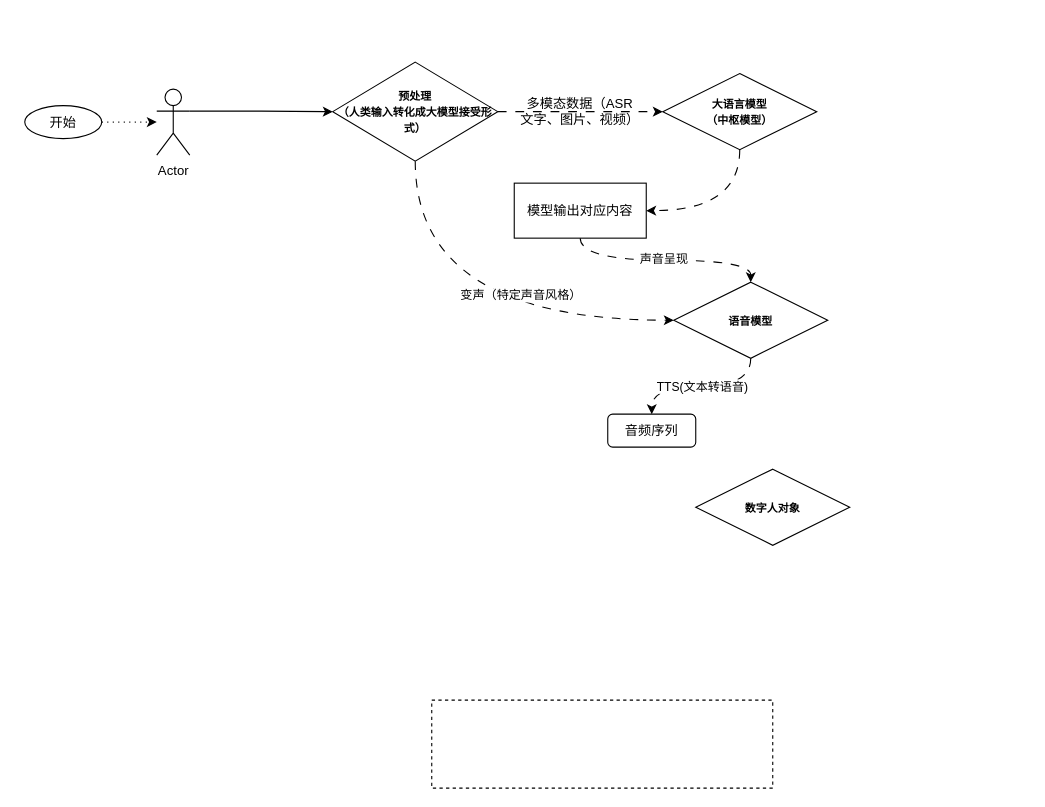
Before: 数字人.drawio in paleblackless/diagrams, a draw.io diagram. Source tidied: cells renumbered, new cells numbered last; positions are measured from the earlier drawing's top-left corner, leaving out a move shared by most shapes. Both pictures are drawn from the tidied source at 110%, with x=0, y=0 at pixel (24, 62).
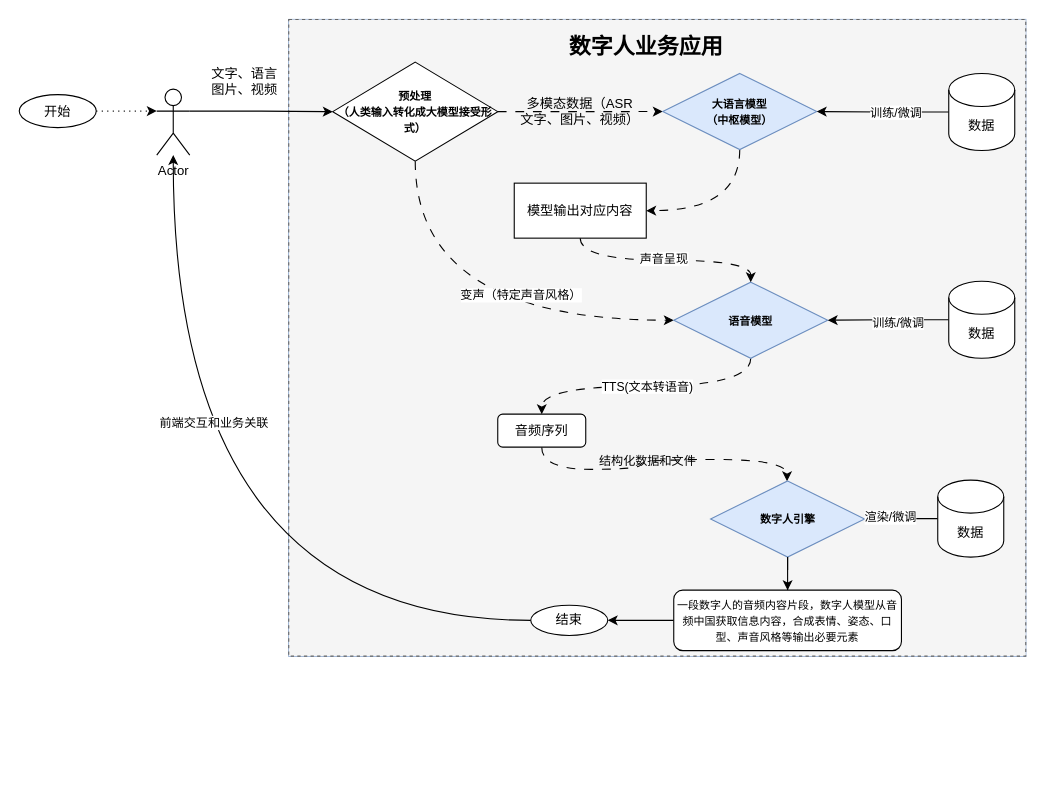
After the change.

Commit message (it also covers changes not shown here):
更新数字人.drawio

Change to the diagram source:
```diff
@@
+    <mxCell id="22" style="group;fillColor=#dae8fc;strokeColor=#6c8ebf;" parent="1" vertex="1">
+      <mxGeometry x="240" y="-38.8" width="670" height="578.8" as="geometry" />
+    </mxCell>
-    <mxCell id="2" style="rounded=0;whiteSpace=wrap;html=1;fillColor=none;dashed=1;" parent="1" vertex="1">
-      <mxGeometry x="370" y="580" width="310" height="80" as="geometry" />
+    <mxCell id="2" style="rounded=0;whiteSpace=wrap;html=1;fillColor=#f5f5f5;dashed=1;fontColor=#333333;strokeColor=#666666;" parent="22" vertex="1">
+      <mxGeometry width="670" height="578.8" as="geometry" />
     </mxCell>
-    <mxCell id="3" style="edgeStyle=orthogonalEdgeStyle;rounded=0;jettySize=auto;html=1;dashed=1;dashPattern=1 4;" parent="1" edge="1" source="4" target="6">
-      <mxGeometry relative="1" as="geometry" />
-    </mxCell>
-    <mxCell id="4" value="开始" style="ellipse;whiteSpace=wrap;html=1;" parent="1" vertex="1">
-      <mxGeometry y="39.5" width="70" height="30" as="geometry" />
-    </mxCell>
-    <mxCell id="5" style="edgeStyle=orthogonalEdgeStyle;rounded=0;jettySize=auto;html=1;exitX=1;exitY=0.3333333333333333;exitDx=0;exitDy=0;exitPerimeter=0;" parent="1" edge="1" source="6" target="10">
-      <mxGeometry relative="1" as="geometry" />
-    </mxCell>
-    <mxCell id="6" value="Actor" style="shape=umlActor;verticalLabelPosition=bottom;verticalAlign=top;html=1;outlineConnect=0;" parent="1" vertex="1">
-      <mxGeometry x="120" y="24.5" width="30" height="60" as="geometry" />
-    </mxCell>
-    <mxCell id="7" style="edgeStyle=orthogonalEdgeStyle;rounded=0;jettySize=auto;html=1;entryX=0;entryY=0.5;entryDx=0;entryDy=0;dashed=1;dashPattern=8 8;" parent="1" edge="1" source="10" target="12">
+    <mxCell id="7" style="edgeStyle=orthogonalEdgeStyle;rounded=0;jettySize=auto;html=1;entryX=0;entryY=0.5;entryDx=0;entryDy=0;dashed=1;dashPattern=8 8;" parent="22" edge="1" source="10" target="12">
       <mxGeometry relative="1" as="geometry" />
     </mxCell>
-    <mxCell id="8" style="edgeStyle=orthogonalEdgeStyle;rounded=0;jettySize=auto;html=1;exitX=0.5;exitY=1;exitDx=0;exitDy=0;entryX=0;entryY=0.5;entryDx=0;entryDy=0;curved=1;dashed=1;dashPattern=8 8;" parent="1" edge="1" source="10" target="17">
+    <mxCell id="8" style="edgeStyle=orthogonalEdgeStyle;rounded=0;jettySize=auto;html=1;exitX=0.5;exitY=1;exitDx=0;exitDy=0;entryX=0;entryY=0.5;entryDx=0;entryDy=0;curved=1;dashed=1;dashPattern=8 8;" parent="22" edge="1" source="10" target="17">
       <mxGeometry relative="1" as="geometry" />
     </mxCell>
@@
-    <mxCell id="10" value="&lt;b&gt;&lt;font style=&quot;font-size: 10px;&quot;&gt;预处理&lt;br&gt;（人类输入转化成大模型接受形式）&lt;/font&gt;&lt;/b&gt;" style="rhombus;whiteSpace=wrap;html=1;" parent="1" vertex="1">
-      <mxGeometry x="280" width="150" height="90" as="geometry" />
+    <mxCell id="10" value="&lt;b&gt;&lt;font style=&quot;font-size: 10px;&quot;&gt;预处理&lt;br&gt;（人类输入转化成大模型接受形式）&lt;/font&gt;&lt;/b&gt;" style="rhombus;whiteSpace=wrap;html=1;" parent="22" vertex="1">
+      <mxGeometry x="40" y="38.8" width="150" height="90" as="geometry" />
     </mxCell>
-    <mxCell id="11" style="edgeStyle=orthogonalEdgeStyle;rounded=0;jettySize=auto;html=1;exitX=0.5;exitY=1;exitDx=0;exitDy=0;entryX=1;entryY=0.5;entryDx=0;entryDy=0;curved=1;dashed=1;dashPattern=8 8;" parent="1" edge="1" source="12" target="14">
+    <mxCell id="11" style="edgeStyle=orthogonalEdgeStyle;rounded=0;jettySize=auto;html=1;exitX=0.5;exitY=1;exitDx=0;exitDy=0;entryX=1;entryY=0.5;entryDx=0;entryDy=0;curved=1;dashed=1;dashPattern=8 8;" parent="22" edge="1" source="12" target="14">
       <mxGeometry relative="1" as="geometry" />
     </mxCell>
-    <mxCell id="12" value="&lt;span style=&quot;font-size: 10px;&quot;&gt;&lt;b&gt;大语言模型&lt;/b&gt;&lt;/span&gt;&lt;div&gt;&lt;span style=&quot;font-size: 10px;&quot;&gt;&lt;b&gt;（中枢模型）&lt;/b&gt;&lt;/span&gt;&lt;/div&gt;" style="rhombus;whiteSpace=wrap;html=1;" parent="1" vertex="1">
-      <mxGeometry x="580" y="10.4" width="140" height="69.2" as="geometry" />
+    <mxCell id="12" value="&lt;span style=&quot;font-size: 10px;&quot;&gt;&lt;b&gt;大语言模型&lt;/b&gt;&lt;/span&gt;&lt;div&gt;&lt;span style=&quot;font-size: 10px;&quot;&gt;&lt;b&gt;（中枢模型）&lt;/b&gt;&lt;/span&gt;&lt;/div&gt;" style="rhombus;whiteSpace=wrap;html=1;fillColor=#dae8fc;strokeColor=#6c8ebf;" parent="22" vertex="1">
+      <mxGeometry x="340" y="49.1" width="140" height="69.2" as="geometry" />
     </mxCell>
-    <mxCell id="13" value="多模态数据（ASR文字、图片、视频）" style="text;html=1;whiteSpace=wrap;strokeColor=none;fillColor=none;align=center;verticalAlign=middle;rounded=0;" parent="1" vertex="1">
-      <mxGeometry x="450" y="30" width="110" height="30" as="geometry" />
+    <mxCell id="13" value="多模态数据（ASR文字、图片、视频）" style="text;html=1;whiteSpace=wrap;strokeColor=none;fillColor=none;align=center;verticalAlign=middle;rounded=0;" parent="22" vertex="1">
+      <mxGeometry x="210" y="68.8" width="110" height="30" as="geometry" />
     </mxCell>
-    <mxCell id="14" value="模型输出对应内容" style="rounded=0;whiteSpace=wrap;html=1;" parent="1" vertex="1">
-      <mxGeometry x="445" y="110" width="120" height="50" as="geometry" />
+    <mxCell id="14" value="模型输出对应内容" style="rounded=0;whiteSpace=wrap;html=1;" parent="22" vertex="1">
+      <mxGeometry x="205" y="148.8" width="120" height="50" as="geometry" />
     </mxCell>
-    <mxCell id="15" style="edgeStyle=orthogonalEdgeStyle;rounded=0;jettySize=auto;html=1;exitX=0.5;exitY=1;exitDx=0;exitDy=0;curved=1;dashed=1;dashPattern=8 8;" parent="1" edge="1" source="17" target="20">
+    <mxCell id="15" style="edgeStyle=orthogonalEdgeStyle;rounded=0;jettySize=auto;html=1;exitX=0.5;exitY=1;exitDx=0;exitDy=0;curved=1;dashed=1;dashPattern=8 8;" parent="22" edge="1" source="17" target="20">
       <mxGeometry relative="1" as="geometry" />
     </mxCell>
@@
-    <mxCell id="17" value="&lt;span style=&quot;font-size: 10px;&quot;&gt;&lt;b&gt;语音模型&lt;/b&gt;&lt;/span&gt;" style="rhombus;whiteSpace=wrap;html=1;" parent="1" vertex="1">
-      <mxGeometry x="590" y="200" width="140" height="69.2" as="geometry" />
+    <mxCell id="17" value="&lt;span style=&quot;font-size: 10px;&quot;&gt;&lt;b&gt;语音模型&lt;/b&gt;&lt;/span&gt;" style="rhombus;whiteSpace=wrap;html=1;fillColor=#dae8fc;strokeColor=#6c8ebf;" parent="22" vertex="1">
+      <mxGeometry x="350" y="238.8" width="140" height="69.2" as="geometry" />
     </mxCell>
-    <mxCell id="18" style="edgeStyle=orthogonalEdgeStyle;rounded=0;jettySize=auto;html=1;exitX=0.5;exitY=1;exitDx=0;exitDy=0;curved=1;dashed=1;dashPattern=8 8;" parent="1" edge="1" source="14">
+    <mxCell id="18" style="edgeStyle=orthogonalEdgeStyle;rounded=0;jettySize=auto;html=1;exitX=0.5;exitY=1;exitDx=0;exitDy=0;curved=1;dashed=1;dashPattern=8 8;" parent="22" edge="1" source="14">
       <mxGeometry relative="1" as="geometry">
-        <mxPoint x="660" y="200" as="targetPoint" />
+        <mxPoint x="420" y="238.8" as="targetPoint" />
         <Array as="points">
-          <mxPoint x="505" y="180" />
-          <mxPoint x="660" y="180" />
+          <mxPoint x="265" y="218.8" />
+          <mxPoint x="420" y="218.8" />
         </Array>
       </mxGeometry>
     </mxCell>
@@
+    <mxCell id="23" style="edgeStyle=orthogonalEdgeStyle;rounded=0;jettySize=auto;html=1;exitX=0.5;exitY=1;exitDx=0;exitDy=0;curved=1;dashed=1;dashPattern=8 8;" parent="22" edge="1" source="20" target="21">
+      <mxGeometry relative="1" as="geometry">
+        <Array as="points">
+          <mxPoint x="230" y="409" />
+          <mxPoint x="320" y="409" />
+          <mxPoint x="320" y="400" />
+          <mxPoint x="453" y="400" />
+        </Array>
+      </mxGeometry>
+    </mxCell>
+    <mxCell id="24" value="结构化数据和文件&lt;div&gt;&lt;br&gt;&lt;/div&gt;" style="edgeLabel;html=1;align=center;verticalAlign=middle;labelBackgroundColor=none;" parent="23" vertex="1">
+      <mxGeometry x="-0.14" y="6" relative="1" as="geometry">
+        <mxPoint x="11" y="6" as="offset" />
+      </mxGeometry>
+    </mxCell>
-    <mxCell id="20" value="音频序列" style="rounded=1;whiteSpace=wrap;html=1;" parent="1" vertex="1">
-      <mxGeometry x="530" y="320" width="80" height="30" as="geometry" />
+    <mxCell id="20" value="音频序列" style="rounded=1;whiteSpace=wrap;html=1;" parent="22" vertex="1">
+      <mxGeometry x="190" y="358.8" width="80" height="30" as="geometry" />
     </mxCell>
+    <mxCell id="25" style="edgeStyle=orthogonalEdgeStyle;rounded=0;jettySize=auto;html=1;exitX=0.5;exitY=1;exitDx=0;exitDy=0;entryX=0.5;entryY=0;entryDx=0;entryDy=0;curved=1;dashed=1;dashPattern=12 12;" parent="22" edge="1" source="21" target="28">
+      <mxGeometry relative="1" as="geometry" />
+    </mxCell>
-    <mxCell id="21" value="&lt;span style=&quot;font-size: 10px;&quot;&gt;&lt;b&gt;数字人对象&lt;/b&gt;&lt;/span&gt;" style="rhombus;whiteSpace=wrap;html=1;" parent="1" vertex="1">
-      <mxGeometry x="610" y="370" width="140" height="69.2" as="geometry" />
+    <mxCell id="21" value="&lt;span style=&quot;font-size: 10px;&quot;&gt;&lt;b&gt;数字人引擎&lt;/b&gt;&lt;/span&gt;" style="rhombus;whiteSpace=wrap;html=1;fillColor=#dae8fc;strokeColor=#6c8ebf;" parent="22" vertex="1">
+      <mxGeometry x="383.5" y="419.5" width="140" height="69.2" as="geometry" />
     </mxCell>
+    <mxCell id="26" style="edgeStyle=orthogonalEdgeStyle;rounded=0;jettySize=auto;html=1;exitX=0;exitY=0.5;exitDx=0;exitDy=0;entryX=1;entryY=0.5;entryDx=0;entryDy=0;curved=1;" parent="22" edge="1" source="28" target="29">
+      <mxGeometry relative="1" as="geometry" />
+    </mxCell>
+    <mxCell id="27" style="edgeStyle=orthogonalEdgeStyle;rounded=0;jettySize=auto;html=1;endArrow=none;endFill=0;" parent="22" edge="1" source="28" target="21">
+      <mxGeometry relative="1" as="geometry" />
+    </mxCell>
+    <mxCell id="28" value="&lt;font style=&quot;font-size: 10px;&quot;&gt;一段数字人的音频内容片段，数字人模型从音频中国获取信息内容，合成表情、姿态、口型、声音风格等输出必要元素&lt;/font&gt;" style="rounded=1;whiteSpace=wrap;html=1;" parent="22" vertex="1">
+      <mxGeometry x="350" y="518.8" width="207" height="55" as="geometry" />
+    </mxCell>
+    <mxCell id="29" value="结束" style="ellipse;whiteSpace=wrap;html=1;" parent="22" vertex="1">
+      <mxGeometry x="220" y="532.5" width="70" height="27.5" as="geometry" />
+    </mxCell>
+    <mxCell id="30" style="edgeStyle=orthogonalEdgeStyle;rounded=0;jettySize=auto;html=1;entryX=1;entryY=0.5;entryDx=0;entryDy=0;" parent="22" edge="1" source="32" target="12">
+      <mxGeometry relative="1" as="geometry" />
+    </mxCell>
+    <mxCell id="31" value="训练/微调" style="edgeLabel;html=1;align=center;verticalAlign=middle;" parent="30" vertex="1">
+      <mxGeometry x="-0.19" relative="1" as="geometry" />
+    </mxCell>
+    <mxCell id="32" value="数据" style="shape=cylinder3;whiteSpace=wrap;html=1;boundedLbl=1;backgroundOutline=1;size=15;" parent="22" vertex="1">
+      <mxGeometry x="600" y="49.1" width="60" height="70" as="geometry" />
+    </mxCell>
+    <mxCell id="33" style="edgeStyle=orthogonalEdgeStyle;rounded=0;jettySize=auto;html=1;entryX=1;entryY=0.5;entryDx=0;entryDy=0;" parent="22" edge="1" source="35" target="17">
+      <mxGeometry relative="1" as="geometry" />
+    </mxCell>
+    <mxCell id="34" value="训练/微调" style="edgeLabel;html=1;align=center;verticalAlign=middle;" parent="33" vertex="1">
+      <mxGeometry x="-0.14" y="2" relative="1" as="geometry" />
+    </mxCell>
+    <mxCell id="35" value="数据" style="shape=cylinder3;whiteSpace=wrap;html=1;boundedLbl=1;backgroundOutline=1;size=15;" parent="22" vertex="1">
+      <mxGeometry x="600" y="238" width="60" height="70" as="geometry" />
+    </mxCell>
+    <mxCell id="36" style="edgeStyle=orthogonalEdgeStyle;rounded=0;jettySize=auto;html=1;entryX=1;entryY=0.5;entryDx=0;entryDy=0;" parent="22" edge="1" source="38" target="21">
+      <mxGeometry relative="1" as="geometry" />
+    </mxCell>
+    <mxCell id="37" value="渲染/微调" style="edgeLabel;html=1;align=center;verticalAlign=middle;" parent="36" vertex="1">
+      <mxGeometry x="0.32" y="-2" relative="1" as="geometry" />
+    </mxCell>
+    <mxCell id="38" value="数据" style="shape=cylinder3;whiteSpace=wrap;html=1;boundedLbl=1;backgroundOutline=1;size=15;" parent="22" vertex="1">
+      <mxGeometry x="590" y="418.8" width="60" height="70" as="geometry" />
+    </mxCell>
+    <mxCell id="39" value="&lt;font style=&quot;font-size: 20px;&quot;&gt;&lt;b&gt;数字人业务应用&lt;/b&gt;&lt;/font&gt;" style="text;html=1;whiteSpace=wrap;strokeColor=none;fillColor=none;align=center;verticalAlign=middle;rounded=0;" parent="22" vertex="1">
+      <mxGeometry x="230" y="8.8" width="190" height="30" as="geometry" />
+    </mxCell>
+    <mxCell id="3" style="edgeStyle=orthogonalEdgeStyle;rounded=0;jettySize=auto;html=1;dashed=1;dashPattern=1 4;entryX=0;entryY=0.3333333333333333;entryDx=0;entryDy=0;entryPerimeter=0;" parent="1" edge="1" source="4" target="6">
+      <mxGeometry relative="1" as="geometry" />
+    </mxCell>
+    <mxCell id="4" value="开始" style="ellipse;whiteSpace=wrap;html=1;" parent="1" vertex="1">
+      <mxGeometry x="-5" y="29.5" width="70" height="30" as="geometry" />
+    </mxCell>
+    <mxCell id="5" style="edgeStyle=orthogonalEdgeStyle;rounded=0;jettySize=auto;html=1;exitX=1;exitY=0.3333333333333333;exitDx=0;exitDy=0;exitPerimeter=0;entryX=0;entryY=0.5;entryDx=0;entryDy=0;" parent="1" edge="1" source="6" target="10">
+      <mxGeometry relative="1" as="geometry" />
+    </mxCell>
+    <mxCell id="6" value="Actor" style="shape=umlActor;verticalLabelPosition=bottom;verticalAlign=top;html=1;outlineConnect=0;" parent="1" vertex="1">
+      <mxGeometry x="120" y="24.5" width="30" height="60" as="geometry" />
+    </mxCell>
+    <mxCell id="40" style="edgeStyle=orthogonalEdgeStyle;rounded=0;jettySize=auto;html=1;exitX=0;exitY=0.5;exitDx=0;exitDy=0;curved=1;" parent="1" edge="1" source="29" target="6">
+      <mxGeometry relative="1" as="geometry" />
+    </mxCell>
+    <mxCell id="41" value="前端交互和业务关联" style="edgeLabel;html=1;align=center;verticalAlign=middle;" parent="40" vertex="1">
+      <mxGeometry x="0.35" y="-36" relative="1" as="geometry" />
+    </mxCell>
+    <mxCell id="42" value="文字、语言&lt;div&gt;图片、视频&lt;div&gt;&lt;br&gt;&lt;/div&gt;&lt;/div&gt;" style="text;html=1;whiteSpace=wrap;strokeColor=none;fillColor=none;align=center;verticalAlign=middle;rounded=0;" parent="1" vertex="1">
+      <mxGeometry x="160" y="10" width="80" height="29.9" as="geometry" />
+    </mxCell>
```
